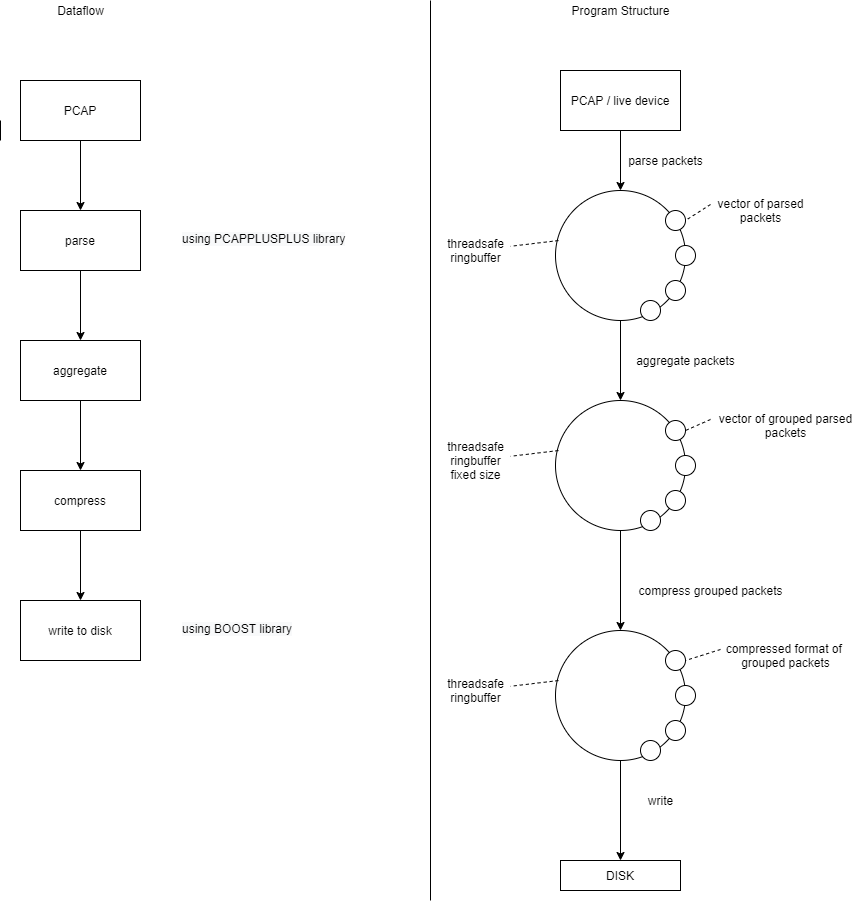
Above: documentation/Untitled_Diagram.png in whiskeywolke/Network-Traffic-Persistence-System (draw.io), before the change. Source tidied: cells renumbered, new cells last; positions are measured from the earlier drawing's top-left corner, leaving out a move shared by most shapes.
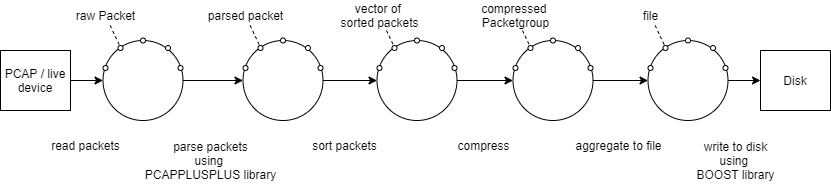
The same file after the commit.

Change to the diagram source:
```diff
@@ -2,171 +2,167 @@
   <root>
     <mxCell id="0" />
     <mxCell id="1" parent="0" />
-    <mxCell id="2" style="edgeStyle=orthogonalEdgeStyle;rounded=0;jettySize=auto;html=1;" parent="1" edge="1" source="3" target="5">
-      <mxGeometry relative="1" as="geometry" />
-    </mxCell>
-    <mxCell id="3" value="PCAP" style="rounded=0;whiteSpace=wrap;html=1;" parent="1" vertex="1">
-      <mxGeometry x="20" y="80" width="120" height="60" as="geometry" />
-    </mxCell>
-    <mxCell id="4" style="edgeStyle=orthogonalEdgeStyle;rounded=0;jettySize=auto;html=1;" parent="1" edge="1" source="5" target="7">
-      <mxGeometry relative="1" as="geometry" />
-    </mxCell>
-    <mxCell id="5" value="parse" style="rounded=0;whiteSpace=wrap;html=1;" parent="1" vertex="1">
-      <mxGeometry x="20" y="210" width="120" height="60" as="geometry" />
-    </mxCell>
-    <mxCell id="6" style="edgeStyle=orthogonalEdgeStyle;rounded=0;jettySize=auto;html=1;" parent="1" edge="1" source="7" target="9">
-      <mxGeometry relative="1" as="geometry" />
-    </mxCell>
-    <mxCell id="7" value="aggregate" style="rounded=0;whiteSpace=wrap;html=1;" parent="1" vertex="1">
-      <mxGeometry x="20" y="340" width="120" height="60" as="geometry" />
-    </mxCell>
-    <mxCell id="8" style="edgeStyle=orthogonalEdgeStyle;rounded=0;jettySize=auto;html=1;" parent="1" edge="1" source="9" target="10">
-      <mxGeometry relative="1" as="geometry" />
-    </mxCell>
-    <mxCell id="9" value="compress" style="rounded=0;whiteSpace=wrap;html=1;" parent="1" vertex="1">
-      <mxGeometry x="20" y="470" width="120" height="60" as="geometry" />
-    </mxCell>
-    <mxCell id="10" value="write to disk" style="rounded=0;whiteSpace=wrap;html=1;" parent="1" vertex="1">
-      <mxGeometry x="20" y="600" width="120" height="60" as="geometry" />
-    </mxCell>
-    <mxCell id="11" value="&lt;span style=&quot;color: rgb(0 , 0 , 0) ; font-family: &amp;#34;helvetica&amp;#34; ; font-size: 12px ; font-style: normal ; font-weight: 400 ; letter-spacing: normal ; text-align: center ; text-indent: 0px ; text-transform: none ; word-spacing: 0px ; background-color: rgb(248 , 249 , 250) ; display: inline ; float: none&quot;&gt;using PCAPPLUSPLUS library&lt;/span&gt;" style="text;whiteSpace=wrap;html=1;" parent="1" vertex="1">
-      <mxGeometry x="180" y="225" width="200" height="30" as="geometry" />
-    </mxCell>
-    <mxCell id="12" value="&lt;span style=&quot;color: rgb(0 , 0 , 0) ; font-family: &amp;#34;helvetica&amp;#34; ; font-size: 12px ; font-style: normal ; font-weight: 400 ; letter-spacing: normal ; text-align: center ; text-indent: 0px ; text-transform: none ; word-spacing: 0px ; background-color: rgb(248 , 249 , 250) ; display: inline ; float: none&quot;&gt;using BOOST library&lt;/span&gt;" style="text;whiteSpace=wrap;html=1;" parent="1" vertex="1">
-      <mxGeometry x="180" y="615" width="200" height="30" as="geometry" />
-    </mxCell>
-    <mxCell id="13" style="edgeStyle=orthogonalEdgeStyle;rounded=0;jettySize=auto;html=1;entryX=0.5;entryY=0;entryDx=0;entryDy=0;" parent="1" edge="1" source="14" target="19">
+    <mxCell id="13" style="edgeStyle=orthogonalEdgeStyle;rounded=0;jettySize=auto;html=1;" parent="1" edge="1" source="14" target="19">
       <mxGeometry relative="1" as="geometry" />
     </mxCell>
     <mxCell id="14" value="PCAP / live device" style="rounded=0;whiteSpace=wrap;html=1;" parent="1" vertex="1">
-      <mxGeometry x="560" y="70" width="120" height="60" as="geometry" />
+      <mxGeometry x="60" y="95" width="70" height="60" as="geometry" />
     </mxCell>
-    <mxCell id="15" style="endArrow=none;html=1;" parent="1" edge="1">
-      <mxGeometry relative="1" as="geometry">
-        <mxPoint x="430" y="900" as="sourcePoint" />
-        <mxPoint x="430" as="targetPoint" />
-      </mxGeometry>
-    </mxCell>
-    <mxCell id="16" value="Dataflow" style="text;html=1;align=center;verticalAlign=middle;strokeColor=none;" parent="1" vertex="1">
-      <mxGeometry x="50" width="60" height="20" as="geometry" />
-    </mxCell>
-    <mxCell id="17" value="Program Structure" style="text;html=1;align=center;verticalAlign=middle;strokeColor=none;" parent="1" vertex="1">
-      <mxGeometry x="565" width="110" height="20" as="geometry" />
-    </mxCell>
-    <mxCell id="18" style="edgeStyle=orthogonalEdgeStyle;rounded=0;jettySize=auto;html=1;" parent="1" edge="1" source="19" target="30">
-      <mxGeometry relative="1" as="geometry" />
-    </mxCell>
+    <mxCell id="54" style="edgeStyle=orthogonalEdgeStyle;rounded=0;jettySize=auto;html=1;" parent="1" edge="1" source="19" target="61">
+      <mxGeometry relative="1" as="geometry" />
+    </mxCell>
     <mxCell id="19" style="ellipse;whiteSpace=wrap;html=1;" parent="1" vertex="1">
-      <mxGeometry x="555" y="190" width="130" height="130" as="geometry" />
+      <mxGeometry x="162.5" y="85" width="80" height="80" as="geometry" />
     </mxCell>
-    <mxCell id="20" value="parse packets" style="text;html=1;align=center;verticalAlign=middle;strokeColor=none;" parent="1" vertex="1">
-      <mxGeometry x="620" y="150" width="90" height="20" as="geometry" />
+    <mxCell id="20" value="sort packets" style="text;html=1;align=center;verticalAlign=middle;strokeColor=none;" parent="1" vertex="1">
+      <mxGeometry x="364" y="180" width="80" height="20" as="geometry" />
     </mxCell>
     <mxCell id="21" style="ellipse;whiteSpace=wrap;html=1;" parent="1" vertex="1">
-      <mxGeometry x="665" y="210" width="20" height="20" as="geometry" />
+      <mxGeometry x="162.5" y="110" width="5" height="5" as="geometry" />
     </mxCell>
-    <mxCell id="22" style="ellipse;whiteSpace=wrap;html=1;" parent="1" vertex="1">
-      <mxGeometry x="675" y="245" width="20" height="20" as="geometry" />
-    </mxCell>
-    <mxCell id="23" style="ellipse;whiteSpace=wrap;html=1;" parent="1" vertex="1">
-      <mxGeometry x="665" y="280" width="20" height="20" as="geometry" />
-    </mxCell>
-    <mxCell id="24" style="ellipse;whiteSpace=wrap;html=1;" parent="1" vertex="1">
-      <mxGeometry x="640" y="300" width="20" height="20" as="geometry" />
-    </mxCell>
-    <mxCell id="25" value="threadsafe&lt;br&gt;ringbuffer" style="text;html=1;align=center;verticalAlign=middle;points=[];strokeColor=none;" parent="1" vertex="1">
-      <mxGeometry x="440" y="235" width="70" height="30" as="geometry" />
-    </mxCell>
-    <mxCell id="26" value="vector of parsed&lt;br&gt;packets" style="text;html=1;align=center;verticalAlign=middle;points=[];strokeColor=none;" parent="1" vertex="1">
-      <mxGeometry x="710" y="195" width="100" height="30" as="geometry" />
+    <mxCell id="26" value="raw Packet" style="text;html=1;align=center;verticalAlign=middle;points=[];strokeColor=none;" parent="1" vertex="1">
+      <mxGeometry x="130" y="50" width="70" height="20" as="geometry" />
     </mxCell>
-    <mxCell id="27" style="endArrow=none;dashed=1;html=1;exitX=0.023;exitY=0.385;exitDx=0;exitDy=0;exitPerimeter=0;" parent="1" edge="1" source="19" target="25">
-      <mxGeometry relative="1" as="geometry" />
-    </mxCell>
-    <mxCell id="28" style="endArrow=none;dashed=1;html=1;exitX=0;exitY=0.3;exitDx=0;exitDy=0;exitPerimeter=0;entryX=1;entryY=0.5;entryDx=0;entryDy=0;" parent="1" edge="1" source="26" target="21">
-      <mxGeometry relative="1" as="geometry" />
-    </mxCell>
-    <mxCell id="29" style="edgeStyle=orthogonalEdgeStyle;rounded=0;jettySize=auto;html=1;" parent="1" edge="1" source="30" target="41">
-      <mxGeometry relative="1" as="geometry" />
-    </mxCell>
-    <mxCell id="30" style="ellipse;whiteSpace=wrap;html=1;" parent="1" vertex="1">
-      <mxGeometry x="555" y="400" width="130" height="130" as="geometry" />
-    </mxCell>
-    <mxCell id="31" value="aggregate packets" style="text;html=1;align=center;verticalAlign=middle;strokeColor=none;" parent="1" vertex="1">
-      <mxGeometry x="630" y="350" width="110" height="20" as="geometry" />
-    </mxCell>
-    <mxCell id="32" style="ellipse;whiteSpace=wrap;html=1;" parent="1" vertex="1">
-      <mxGeometry x="665" y="420" width="20" height="20" as="geometry" />
-    </mxCell>
-    <mxCell id="33" style="ellipse;whiteSpace=wrap;html=1;" parent="1" vertex="1">
-      <mxGeometry x="675" y="455" width="20" height="20" as="geometry" />
-    </mxCell>
-    <mxCell id="34" style="ellipse;whiteSpace=wrap;html=1;" parent="1" vertex="1">
-      <mxGeometry x="665" y="490" width="20" height="20" as="geometry" />
-    </mxCell>
-    <mxCell id="35" style="ellipse;whiteSpace=wrap;html=1;" parent="1" vertex="1">
-      <mxGeometry x="640" y="510" width="20" height="20" as="geometry" />
-    </mxCell>
-    <mxCell id="36" value="vector of grouped parsed&lt;br&gt;packets" style="text;html=1;align=center;verticalAlign=middle;points=[];strokeColor=none;" parent="1" vertex="1">
-      <mxGeometry x="710" y="410" width="150" height="30" as="geometry" />
-    </mxCell>
-    <mxCell id="37" style="endArrow=none;dashed=1;html=1;exitX=0.023;exitY=0.385;exitDx=0;exitDy=0;exitPerimeter=0;" parent="1" edge="1" source="30">
-      <mxGeometry relative="1" as="geometry">
-        <mxPoint x="510" y="455.8" as="targetPoint" />
-      </mxGeometry>
-    </mxCell>
-    <mxCell id="38" style="endArrow=none;dashed=1;html=1;exitX=0;exitY=0.3;exitDx=0;exitDy=0;exitPerimeter=0;entryX=1;entryY=0.5;entryDx=0;entryDy=0;" parent="1" edge="1" source="36" target="32">
-      <mxGeometry relative="1" as="geometry" />
-    </mxCell>
-    <mxCell id="39" value="threadsafe&lt;br&gt;ringbuffer&lt;br&gt;fixed size" style="text;html=1;align=center;verticalAlign=middle;strokeColor=none;" parent="1" vertex="1">
-      <mxGeometry x="440" y="435" width="70" height="50" as="geometry" />
-    </mxCell>
-    <mxCell id="40" style="edgeStyle=orthogonalEdgeStyle;rounded=0;jettySize=auto;html=1;" parent="1" edge="1" source="41" target="51">
-      <mxGeometry relative="1" as="geometry" />
-    </mxCell>
-    <mxCell id="41" style="ellipse;whiteSpace=wrap;html=1;" parent="1" vertex="1">
-      <mxGeometry x="555" y="630" width="130" height="130" as="geometry" />
-    </mxCell>
-    <mxCell id="42" value="compress grouped packets" style="text;html=1;align=center;verticalAlign=middle;strokeColor=none;" parent="1" vertex="1">
-      <mxGeometry x="630" y="580" width="160" height="20" as="geometry" />
-    </mxCell>
-    <mxCell id="43" style="ellipse;whiteSpace=wrap;html=1;" parent="1" vertex="1">
-      <mxGeometry x="665" y="650" width="20" height="20" as="geometry" />
-    </mxCell>
-    <mxCell id="44" style="ellipse;whiteSpace=wrap;html=1;" parent="1" vertex="1">
-      <mxGeometry x="675" y="685" width="20" height="20" as="geometry" />
-    </mxCell>
-    <mxCell id="45" style="ellipse;whiteSpace=wrap;html=1;" parent="1" vertex="1">
-      <mxGeometry x="665" y="720" width="20" height="20" as="geometry" />
-    </mxCell>
-    <mxCell id="46" style="ellipse;whiteSpace=wrap;html=1;" parent="1" vertex="1">
-      <mxGeometry x="640" y="740" width="20" height="20" as="geometry" />
-    </mxCell>
-    <mxCell id="47" value="compressed format of &lt;br&gt;grouped packets" style="text;html=1;align=center;verticalAlign=middle;points=[];strokeColor=none;" parent="1" vertex="1">
-      <mxGeometry x="720" y="640" width="130" height="30" as="geometry" />
-    </mxCell>
-    <mxCell id="48" style="endArrow=none;dashed=1;html=1;exitX=0.023;exitY=0.385;exitDx=0;exitDy=0;exitPerimeter=0;" parent="1" edge="1" source="41">
-      <mxGeometry relative="1" as="geometry">
-        <mxPoint x="510" y="685.8" as="targetPoint" />
-      </mxGeometry>
-    </mxCell>
-    <mxCell id="49" style="endArrow=none;dashed=1;html=1;exitX=0;exitY=0.3;exitDx=0;exitDy=0;exitPerimeter=0;entryX=1;entryY=0.5;entryDx=0;entryDy=0;" parent="1" edge="1" source="47" target="43">
-      <mxGeometry relative="1" as="geometry" />
-    </mxCell>
-    <mxCell id="50" value="threadsafe&lt;br&gt;ringbuffer" style="text;html=1;align=center;verticalAlign=middle;strokeColor=none;" parent="1" vertex="1">
-      <mxGeometry x="440" y="675" width="70" height="30" as="geometry" />
-    </mxCell>
-    <mxCell id="51" value="DISK" style="rounded=0;whiteSpace=wrap;html=1;" parent="1" vertex="1">
-      <mxGeometry x="560" y="860" width="120" height="30" as="geometry" />
-    </mxCell>
-    <mxCell id="52" value="write" style="text;html=1;align=center;verticalAlign=middle;strokeColor=none;" parent="1" vertex="1">
-      <mxGeometry x="640" y="790" width="40" height="20" as="geometry" />
-    </mxCell>
-    <mxCell id="53" style="endArrow=none;html=1;" parent="1" edge="1">
-      <mxGeometry relative="1" as="geometry">
-        <mxPoint y="140" as="sourcePoint" />
-        <mxPoint y="120" as="targetPoint" />
-      </mxGeometry>
-    </mxCell>
+    <mxCell id="55" style="endArrow=none;dashed=1;html=1;entryX=0.219;entryY=0.088;entryDx=0;entryDy=0;entryPerimeter=0;" parent="1" edge="1" source="26" target="19">
+      <mxGeometry relative="1" as="geometry" />
+    </mxCell>
+    <mxCell id="56" style="ellipse;whiteSpace=wrap;html=1;" parent="1" vertex="1">
+      <mxGeometry x="177.5" y="90" width="5" height="5" as="geometry" />
+    </mxCell>
+    <mxCell id="57" style="ellipse;whiteSpace=wrap;html=1;" parent="1" vertex="1">
+      <mxGeometry x="200" y="82.5" width="5" height="5" as="geometry" />
+    </mxCell>
+    <mxCell id="58" style="ellipse;whiteSpace=wrap;html=1;" parent="1" vertex="1">
+      <mxGeometry x="225" y="90" width="5" height="5" as="geometry" />
+    </mxCell>
+    <mxCell id="59" style="ellipse;whiteSpace=wrap;html=1;" parent="1" vertex="1">
+      <mxGeometry x="237.5" y="110" width="5" height="5" as="geometry" />
+    </mxCell>
+    <mxCell id="60" style="edgeStyle=orthogonalEdgeStyle;rounded=0;jettySize=auto;html=1;" parent="1" edge="1" source="61" target="70">
+      <mxGeometry relative="1" as="geometry" />
+    </mxCell>
+    <mxCell id="61" style="ellipse;whiteSpace=wrap;html=1;" parent="1" vertex="1">
+      <mxGeometry x="302.5" y="85" width="80" height="80" as="geometry" />
+    </mxCell>
+    <mxCell id="62" style="ellipse;whiteSpace=wrap;html=1;" parent="1" vertex="1">
+      <mxGeometry x="302.5" y="110" width="5" height="5" as="geometry" />
+    </mxCell>
+    <mxCell id="63" value="parsed packet" style="text;html=1;align=center;verticalAlign=middle;points=[];strokeColor=none;" parent="1" vertex="1">
+      <mxGeometry x="260" y="50" width="90" height="20" as="geometry" />
+    </mxCell>
+    <mxCell id="64" style="endArrow=none;dashed=1;html=1;entryX=0.219;entryY=0.088;entryDx=0;entryDy=0;entryPerimeter=0;" parent="1" edge="1" source="63" target="61">
+      <mxGeometry relative="1" as="geometry" />
+    </mxCell>
+    <mxCell id="65" style="ellipse;whiteSpace=wrap;html=1;" parent="1" vertex="1">
+      <mxGeometry x="317.5" y="90" width="5" height="5" as="geometry" />
+    </mxCell>
+    <mxCell id="66" style="ellipse;whiteSpace=wrap;html=1;" parent="1" vertex="1">
+      <mxGeometry x="340" y="82.5" width="5" height="5" as="geometry" />
+    </mxCell>
+    <mxCell id="67" style="ellipse;whiteSpace=wrap;html=1;" parent="1" vertex="1">
+      <mxGeometry x="365" y="90" width="5" height="5" as="geometry" />
+    </mxCell>
+    <mxCell id="68" style="ellipse;whiteSpace=wrap;html=1;" parent="1" vertex="1">
+      <mxGeometry x="377.5" y="110" width="5" height="5" as="geometry" />
+    </mxCell>
+    <mxCell id="69" style="edgeStyle=orthogonalEdgeStyle;rounded=0;jettySize=auto;html=1;" parent="1" edge="1" source="70" target="79">
+      <mxGeometry relative="1" as="geometry" />
+    </mxCell>
+    <mxCell id="70" style="ellipse;whiteSpace=wrap;html=1;" parent="1" vertex="1">
+      <mxGeometry x="436.5" y="85" width="80" height="80" as="geometry" />
+    </mxCell>
+    <mxCell id="71" style="ellipse;whiteSpace=wrap;html=1;" parent="1" vertex="1">
+      <mxGeometry x="436.5" y="110" width="5" height="5" as="geometry" />
+    </mxCell>
+    <mxCell id="72" value="vector of &lt;br&gt;sorted packets" style="text;html=1;align=center;verticalAlign=middle;points=[];strokeColor=none;" parent="1" vertex="1">
+      <mxGeometry x="394" y="45" width="90" height="30" as="geometry" />
+    </mxCell>
+    <mxCell id="73" style="endArrow=none;dashed=1;html=1;entryX=0.219;entryY=0.088;entryDx=0;entryDy=0;entryPerimeter=0;" parent="1" edge="1" source="72" target="70">
+      <mxGeometry relative="1" as="geometry" />
+    </mxCell>
+    <mxCell id="74" style="ellipse;whiteSpace=wrap;html=1;" parent="1" vertex="1">
+      <mxGeometry x="451.5" y="90" width="5" height="5" as="geometry" />
+    </mxCell>
+    <mxCell id="75" style="ellipse;whiteSpace=wrap;html=1;" parent="1" vertex="1">
+      <mxGeometry x="474" y="82.5" width="5" height="5" as="geometry" />
+    </mxCell>
+    <mxCell id="76" style="ellipse;whiteSpace=wrap;html=1;" parent="1" vertex="1">
+      <mxGeometry x="499" y="90" width="5" height="5" as="geometry" />
+    </mxCell>
+    <mxCell id="77" style="ellipse;whiteSpace=wrap;html=1;" parent="1" vertex="1">
+      <mxGeometry x="511.5" y="110" width="5" height="5" as="geometry" />
+    </mxCell>
+    <mxCell id="78" style="edgeStyle=orthogonalEdgeStyle;rounded=0;jettySize=auto;html=1;entryX=0;entryY=0.5;entryDx=0;entryDy=0;" parent="1" edge="1" source="79" target="88">
+      <mxGeometry relative="1" as="geometry" />
+    </mxCell>
+    <mxCell id="79" style="ellipse;whiteSpace=wrap;html=1;" parent="1" vertex="1">
+      <mxGeometry x="572.5" y="85" width="80" height="80" as="geometry" />
+    </mxCell>
+    <mxCell id="80" style="ellipse;whiteSpace=wrap;html=1;" parent="1" vertex="1">
+      <mxGeometry x="572.5" y="110" width="5" height="5" as="geometry" />
+    </mxCell>
+    <mxCell id="81" value="compressed &lt;br&gt;Packetgroup" style="text;html=1;align=center;verticalAlign=middle;points=[];strokeColor=none;" parent="1" vertex="1">
+      <mxGeometry x="535" y="45" width="80" height="30" as="geometry" />
+    </mxCell>
+    <mxCell id="82" style="endArrow=none;dashed=1;html=1;entryX=0.219;entryY=0.088;entryDx=0;entryDy=0;entryPerimeter=0;" parent="1" edge="1" source="81" target="79">
+      <mxGeometry relative="1" as="geometry" />
+    </mxCell>
+    <mxCell id="83" style="ellipse;whiteSpace=wrap;html=1;" parent="1" vertex="1">
+      <mxGeometry x="587.5" y="90" width="5" height="5" as="geometry" />
+    </mxCell>
+    <mxCell id="84" style="ellipse;whiteSpace=wrap;html=1;" parent="1" vertex="1">
+      <mxGeometry x="610" y="82.5" width="5" height="5" as="geometry" />
+    </mxCell>
+    <mxCell id="85" style="ellipse;whiteSpace=wrap;html=1;" parent="1" vertex="1">
+      <mxGeometry x="635" y="90" width="5" height="5" as="geometry" />
+    </mxCell>
+    <mxCell id="86" style="ellipse;whiteSpace=wrap;html=1;" parent="1" vertex="1">
+      <mxGeometry x="647.5" y="110" width="5" height="5" as="geometry" />
+    </mxCell>
+    <mxCell id="87" style="edgeStyle=orthogonalEdgeStyle;rounded=0;jettySize=auto;html=1;" parent="1" edge="1" source="88" target="96">
+      <mxGeometry relative="1" as="geometry" />
+    </mxCell>
+    <mxCell id="88" style="ellipse;whiteSpace=wrap;html=1;" parent="1" vertex="1">
+      <mxGeometry x="707.5" y="85" width="80" height="80" as="geometry" />
+    </mxCell>
+    <mxCell id="89" style="ellipse;whiteSpace=wrap;html=1;" parent="1" vertex="1">
+      <mxGeometry x="707.5" y="110" width="5" height="5" as="geometry" />
+    </mxCell>
+    <mxCell id="90" value="file" style="text;html=1;align=center;verticalAlign=middle;points=[];strokeColor=none;" parent="1" vertex="1">
+      <mxGeometry x="695" y="50" width="30" height="20" as="geometry" />
+    </mxCell>
+    <mxCell id="91" style="endArrow=none;dashed=1;html=1;entryX=0.219;entryY=0.088;entryDx=0;entryDy=0;entryPerimeter=0;" parent="1" edge="1" source="90" target="88">
+      <mxGeometry relative="1" as="geometry" />
+    </mxCell>
+    <mxCell id="92" style="ellipse;whiteSpace=wrap;html=1;" parent="1" vertex="1">
+      <mxGeometry x="722.5" y="90" width="5" height="5" as="geometry" />
+    </mxCell>
+    <mxCell id="93" style="ellipse;whiteSpace=wrap;html=1;" parent="1" vertex="1">
+      <mxGeometry x="745" y="82.5" width="5" height="5" as="geometry" />
+    </mxCell>
+    <mxCell id="94" style="ellipse;whiteSpace=wrap;html=1;" parent="1" vertex="1">
+      <mxGeometry x="770" y="90" width="5" height="5" as="geometry" />
+    </mxCell>
+    <mxCell id="95" style="ellipse;whiteSpace=wrap;html=1;" parent="1" vertex="1">
+      <mxGeometry x="782.5" y="110" width="5" height="5" as="geometry" />
+    </mxCell>
+    <mxCell id="96" value="Disk" style="rounded=0;whiteSpace=wrap;html=1;" parent="1" vertex="1">
+      <mxGeometry x="820" y="95" width="70" height="60" as="geometry" />
+    </mxCell>
+    <mxCell id="97" value="parse packets&lt;br&gt;&lt;span style=&quot;font-family: &amp;#34;helvetica&amp;#34;&quot;&gt;using &lt;br&gt;PCAPPLUSPLUS library&lt;/span&gt;" style="text;html=1;align=center;verticalAlign=middle;strokeColor=none;" parent="1" vertex="1">
+      <mxGeometry x="195" y="180" width="150" height="50" as="geometry" />
+    </mxCell>
+    <mxCell id="9" value="compress" style="text;html=1;align=center;verticalAlign=middle;points=[];strokeColor=none;" parent="1" vertex="1">
+      <mxGeometry x="507.5" y="180" width="70" height="20" as="geometry" />
+    </mxCell>
+    <mxCell id="98" value="aggregate to file" style="text;html=1;align=center;verticalAlign=middle;strokeColor=none;" parent="1" vertex="1">
+      <mxGeometry x="627.5" y="180" width="100" height="20" as="geometry" />
+    </mxCell>
+    <mxCell id="99" value="write to disk&lt;br&gt;&lt;span style=&quot;font-family: &amp;#34;helvetica&amp;#34;&quot;&gt;using &lt;br&gt;BOOST library&lt;/span&gt;" style="text;html=1;align=center;verticalAlign=middle;strokeColor=none;" parent="1" vertex="1">
+      <mxGeometry x="750" y="180" width="90" height="50" as="geometry" />
+    </mxCell>
+    <mxCell id="100" value="read packets" style="text;html=1;align=center;verticalAlign=middle;strokeColor=none;" parent="1" vertex="1">
+      <mxGeometry x="105" y="180" width="80" height="20" as="geometry" />
+    </mxCell>
   </root>
 </mxGraphModel>
```
